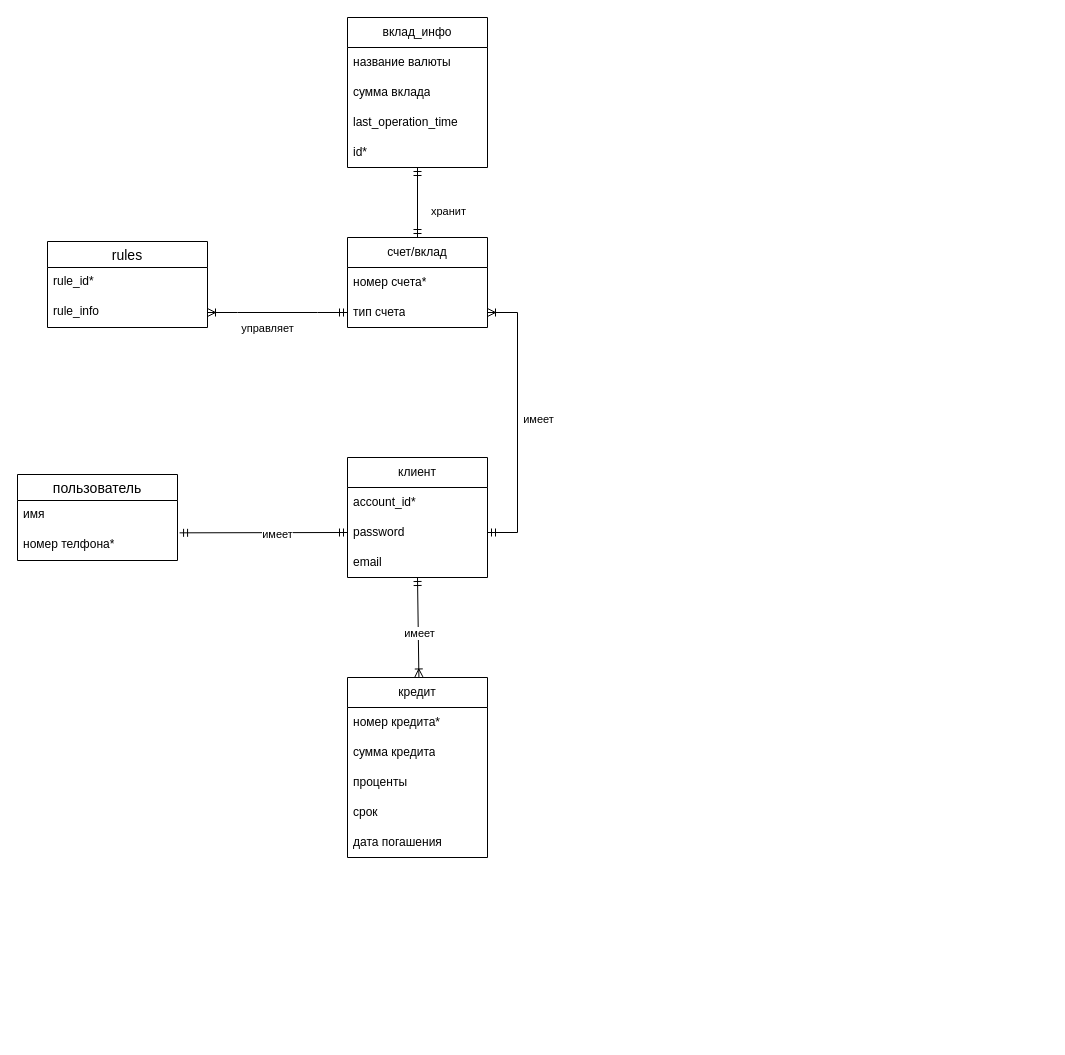
heruv/differnt keeps this draw.io diagram as Диаграмма без названия.drawio. Above is the earlier version. Source tidied: cells renumbered, new cells numbered last; positions are measured from the earlier drawing's top-left corner, leaving out a move shared by most shapes. Both pictures are drawn from the tidied source at 100%, with x=0, y=0 at pixel (17, 17).
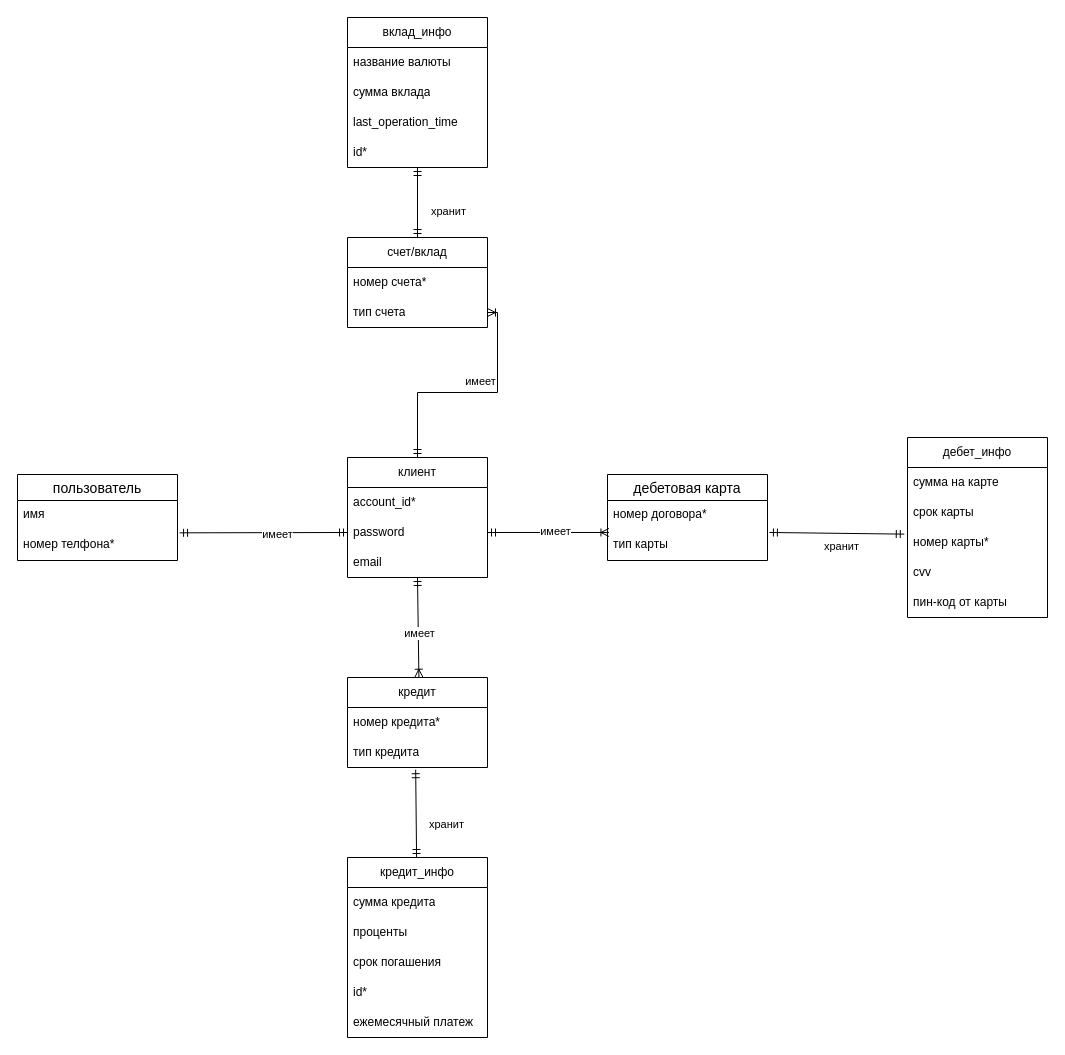
Above is the later version.

The change refers to these unchanged cells:
```xml
<mxCell id="2" value="клиент" style="swimlane;fontStyle=0;horizontal=1;startSize=30;whiteSpace=wrap;html=1;" parent="1" vertex="1">
  <mxGeometry x="330" y="440" width="140" height="120" as="geometry" />
</mxCell>
<mxCell id="4" value="password" style="text;strokeColor=none;fillColor=none;align=left;verticalAlign=middle;spacingLeft=4;spacingRight=4;overflow=hidden;points=[[0,0.5],[1,0.5]];portConstraint=eastwest;whiteSpace=wrap;html=1;" parent="2" vertex="1">
  <mxGeometry y="60" width="140" height="30" as="geometry" />
</mxCell>
<mxCell id="8" value="тип счета" style="text;strokeColor=none;fillColor=none;align=left;verticalAlign=middle;spacingLeft=4;spacingRight=4;overflow=hidden;points=[[0,0.5],[1,0.5]];portConstraint=eastwest;whiteSpace=wrap;html=1;" parent="6" vertex="1">
  <mxGeometry y="60" width="140" height="30" as="geometry" />
</mxCell>
```

Change to the diagram source:
```diff
@@
-    <mxCell id="9" style="edgeStyle=entityRelationEdgeStyle;fontSize=12;html=1;endArrow=ERoneToMany;startArrow=ERmandOne;rounded=0;exitX=1;exitY=0.5;exitDx=0;exitDy=0;entryX=1;entryY=0.5;entryDx=0;entryDy=0;" parent="1" edge="1" source="4" target="8">
+    <mxCell id="9" style="edgeStyle=orthogonalEdgeStyle;fontSize=12;html=1;endArrow=ERoneToMany;startArrow=ERmandOne;rounded=0;exitX=0.5;exitY=0;exitDx=0;exitDy=0;entryX=1;entryY=0.5;entryDx=0;entryDy=0;" parent="1" edge="1" source="2" target="8">
       <mxGeometry relative="1" as="geometry" />
     </mxCell>
@@
-    <mxCell id="11" value="rules" style="swimlane;fontStyle=0;horizontal=1;startSize=26;align=center;fontSize=14;" parent="1" vertex="1">
-      <mxGeometry x="30" y="224" width="160" height="86" as="geometry" />
-    </mxCell>
-    <mxCell id="12" value="rule_id*" style="text;strokeColor=none;fillColor=none;spacingLeft=4;spacingRight=4;overflow=hidden;fontSize=12;whiteSpace=wrap;html=1;" parent="11" vertex="1">
-      <mxGeometry y="26" width="160" height="30" as="geometry" />
-    </mxCell>
-    <mxCell id="13" value="rule_info" style="text;strokeColor=none;fillColor=none;spacingLeft=4;spacingRight=4;overflow=hidden;points=[[0,0.5],[1,0.5]];portConstraint=eastwest;fontSize=12;whiteSpace=wrap;html=1;" parent="11" vertex="1">
-      <mxGeometry y="56" width="160" height="30" as="geometry" />
-    </mxCell>
-    <mxCell id="14" style="edgeStyle=entityRelationEdgeStyle;fontSize=12;html=1;endArrow=ERoneToMany;startArrow=ERmandOne;rounded=0;" parent="1" edge="1" source="8" target="13">
-      <mxGeometry relative="1" as="geometry" />
-    </mxCell>
-    <mxCell id="15" value="&lt;div&gt;управляет&lt;/div&gt;" style="edgeLabel;html=1;align=center;verticalAlign=middle;" parent="14" vertex="1">
-      <mxGeometry x="0.35" y="4" relative="1" as="geometry">
-        <mxPoint x="14" y="11" as="offset" />
-      </mxGeometry>
-    </mxCell>
@@
     <mxCell id="28" value="кредит" style="swimlane;fontStyle=0;horizontal=1;startSize=30;whiteSpace=wrap;html=1;" parent="1" vertex="1">
-      <mxGeometry x="330" y="660" width="140" height="180" as="geometry" />
+      <mxGeometry x="330" y="660" width="140" height="90" as="geometry" />
     </mxCell>
@@
+    <mxCell id="36" value="тип кредита" style="text;strokeColor=none;fillColor=none;align=left;verticalAlign=middle;spacingLeft=4;spacingRight=4;overflow=hidden;points=[[0,0.5],[1,0.5]];portConstraint=eastwest;whiteSpace=wrap;html=1;" parent="28" vertex="1">
+      <mxGeometry y="60" width="140" height="30" as="geometry" />
+    </mxCell>
+    <mxCell id="34" style="fontSize=12;html=1;endArrow=ERoneToMany;startArrow=ERmandOne;rounded=0;entryX=0.51;entryY=-0.003;entryDx=0;entryDy=0;entryPerimeter=0;" parent="1" edge="1" target="28">
+      <mxGeometry relative="1" as="geometry">
+        <mxPoint x="400" y="560" as="sourcePoint" />
+      </mxGeometry>
+    </mxCell>
+    <mxCell id="35" value="имеет" style="edgeLabel;html=1;align=center;verticalAlign=middle;" parent="34" vertex="1">
+      <mxGeometry x="0.12" y="1" relative="1" as="geometry" />
+    </mxCell>
+    <mxCell id="37" value="кредит_инфо" style="swimlane;fontStyle=0;horizontal=1;startSize=30;whiteSpace=wrap;html=1;" parent="1" vertex="1">
+      <mxGeometry x="330" y="840" width="140" height="180" as="geometry" />
+    </mxCell>
-    <mxCell id="30" value="сумма кредита" style="text;strokeColor=none;fillColor=none;align=left;verticalAlign=middle;spacingLeft=4;spacingRight=4;overflow=hidden;whiteSpace=wrap;html=1;" parent="28" vertex="1">
-      <mxGeometry y="60" width="140" height="30" as="geometry" />
+    <mxCell id="30" value="сумма кредита" style="text;strokeColor=none;fillColor=none;align=left;verticalAlign=middle;spacingLeft=4;spacingRight=4;overflow=hidden;whiteSpace=wrap;html=1;" parent="37" vertex="1">
+      <mxGeometry y="30" width="140" height="30" as="geometry" />
     </mxCell>
-    <mxCell id="31" value="проценты" style="text;strokeColor=none;fillColor=none;align=left;verticalAlign=middle;spacingLeft=4;spacingRight=4;overflow=hidden;whiteSpace=wrap;html=1;" parent="28" vertex="1">
-      <mxGeometry y="90" width="140" height="30" as="geometry" />
+    <mxCell id="31" value="проценты" style="text;strokeColor=none;fillColor=none;align=left;verticalAlign=middle;spacingLeft=4;spacingRight=4;overflow=hidden;whiteSpace=wrap;html=1;" parent="37" vertex="1">
+      <mxGeometry y="60" width="140" height="30" as="geometry" />
     </mxCell>
-    <mxCell id="32" value="срок" style="text;strokeColor=none;fillColor=none;align=left;verticalAlign=middle;spacingLeft=4;spacingRight=4;overflow=hidden;whiteSpace=wrap;html=1;" parent="28" vertex="1">
-      <mxGeometry y="120" width="140" height="30" as="geometry" />
-    </mxCell>
-    <mxCell id="33" value="дата погашения " style="text;strokeColor=none;fillColor=none;align=left;verticalAlign=middle;spacingLeft=4;spacingRight=4;overflow=hidden;whiteSpace=wrap;html=1;" parent="28" vertex="1">
-      <mxGeometry y="150" width="140" height="30" as="geometry" />
-    </mxCell>
-    <mxCell id="34" style="fontSize=12;html=1;endArrow=ERoneToMany;startArrow=ERmandOne;rounded=0;entryX=0.51;entryY=-0.003;entryDx=0;entryDy=0;entryPerimeter=0;" parent="1" edge="1" target="28">
-      <mxGeometry relative="1" as="geometry">
-        <mxPoint x="400" y="560" as="sourcePoint" />
-      </mxGeometry>
-    </mxCell>
-    <mxCell id="35" value="имеет" style="edgeLabel;html=1;align=center;verticalAlign=middle;" parent="34" vertex="1">
-      <mxGeometry x="0.12" y="1" relative="1" as="geometry" />
-    </mxCell>
+    <mxCell id="38" value="срок погашения" style="text;strokeColor=none;fillColor=none;align=left;verticalAlign=middle;spacingLeft=4;spacingRight=4;overflow=hidden;whiteSpace=wrap;html=1;" parent="37" vertex="1">
+      <mxGeometry y="90" width="140" height="30" as="geometry" />
+    </mxCell>
+    <mxCell id="39" value="id*" style="text;strokeColor=none;fillColor=none;align=left;verticalAlign=middle;spacingLeft=4;spacingRight=4;overflow=hidden;whiteSpace=wrap;html=1;" parent="37" vertex="1">
+      <mxGeometry y="120" width="140" height="30" as="geometry" />
+    </mxCell>
+    <mxCell id="40" value="ежемесячный платеж" style="text;strokeColor=none;fillColor=none;align=left;verticalAlign=middle;spacingLeft=4;spacingRight=4;overflow=hidden;whiteSpace=wrap;html=1;" parent="37" vertex="1">
+      <mxGeometry y="150" width="140" height="30" as="geometry" />
+    </mxCell>
+    <mxCell id="41" style="fontSize=12;html=1;endArrow=ERmandOne;startArrow=ERmandOne;rounded=0;exitX=0.487;exitY=1.074;exitDx=0;exitDy=0;exitPerimeter=0;" parent="1" edge="1" source="36" target="37">
+      <mxGeometry relative="1" as="geometry" />
+    </mxCell>
+    <mxCell id="42" value="хранит" style="edgeLabel;html=1;align=center;verticalAlign=middle;" parent="41" vertex="1">
+      <mxGeometry x="0.24" y="1" relative="1" as="geometry">
+        <mxPoint x="29" as="offset" />
+      </mxGeometry>
+    </mxCell>
+    <mxCell id="43" value="дебетовая карта" style="swimlane;fontStyle=0;horizontal=1;startSize=26;align=center;fontSize=14;" parent="1" vertex="1">
+      <mxGeometry x="590" y="457" width="160" height="86" as="geometry" />
+    </mxCell>
+    <mxCell id="44" value="номер договора*" style="text;strokeColor=none;fillColor=none;spacingLeft=4;spacingRight=4;overflow=hidden;points=[[0,0.5],[1,0.5]];portConstraint=eastwest;fontSize=12;whiteSpace=wrap;html=1;" parent="43" vertex="1">
+      <mxGeometry y="26" width="160" height="30" as="geometry" />
+    </mxCell>
+    <mxCell id="45" value="тип карты" style="text;strokeColor=none;fillColor=none;spacingLeft=4;spacingRight=4;overflow=hidden;fontSize=12;whiteSpace=wrap;html=1;" parent="43" vertex="1">
+      <mxGeometry y="56" width="160" height="30" as="geometry" />
+    </mxCell>
+    <mxCell id="46" style="fontSize=12;html=1;endArrow=ERoneToMany;startArrow=ERmandOne;rounded=0;entryX=0.009;entryY=1.066;entryDx=0;entryDy=0;entryPerimeter=0;exitX=1;exitY=0.5;exitDx=0;exitDy=0;" parent="1" edge="1" source="4" target="44">
+      <mxGeometry relative="1" as="geometry" />
+    </mxCell>
+    <mxCell id="47" value="имеет" style="edgeLabel;html=1;align=center;verticalAlign=middle;" parent="46" vertex="1">
+      <mxGeometry x="0.12" y="1" relative="1" as="geometry" />
+    </mxCell>
+    <mxCell id="48" value="дебет_инфо" style="swimlane;fontStyle=0;horizontal=1;startSize=30;whiteSpace=wrap;html=1;" parent="1" vertex="1">
+      <mxGeometry x="890" y="420" width="140" height="180" as="geometry" />
+    </mxCell>
+    <mxCell id="49" value="сумма на карте" style="text;strokeColor=none;fillColor=none;align=left;verticalAlign=middle;spacingLeft=4;spacingRight=4;overflow=hidden;whiteSpace=wrap;html=1;" parent="48" vertex="1">
+      <mxGeometry y="30" width="140" height="30" as="geometry" />
+    </mxCell>
+    <mxCell id="50" value="срок карты" style="text;strokeColor=none;fillColor=none;align=left;verticalAlign=middle;spacingLeft=4;spacingRight=4;overflow=hidden;whiteSpace=wrap;html=1;" parent="48" vertex="1">
+      <mxGeometry y="60" width="140" height="30" as="geometry" />
+    </mxCell>
+    <mxCell id="51" value="номер карты*" style="text;strokeColor=none;fillColor=none;align=left;verticalAlign=middle;spacingLeft=4;spacingRight=4;overflow=hidden;points=[[0,0.5],[1,0.5]];portConstraint=eastwest;whiteSpace=wrap;html=1;" parent="48" vertex="1">
+      <mxGeometry y="90" width="140" height="30" as="geometry" />
+    </mxCell>
+    <mxCell id="52" value="cvv" style="text;strokeColor=none;fillColor=none;align=left;verticalAlign=middle;spacingLeft=4;spacingRight=4;overflow=hidden;whiteSpace=wrap;html=1;" parent="48" vertex="1">
+      <mxGeometry y="120" width="140" height="30" as="geometry" />
+    </mxCell>
+    <mxCell id="53" value="пин-код от карты" style="text;strokeColor=none;fillColor=none;align=left;verticalAlign=middle;spacingLeft=4;spacingRight=4;overflow=hidden;whiteSpace=wrap;html=1;" parent="48" vertex="1">
+      <mxGeometry y="150" width="140" height="30" as="geometry" />
+    </mxCell>
+    <mxCell id="54" style="fontSize=12;html=1;endArrow=ERmandOne;startArrow=ERmandOne;rounded=0;exitX=1.012;exitY=1.066;exitDx=0;exitDy=0;exitPerimeter=0;entryX=-0.023;entryY=0.221;entryDx=0;entryDy=0;entryPerimeter=0;" parent="1" edge="1" source="44" target="51">
+      <mxGeometry relative="1" as="geometry" />
+    </mxCell>
+    <mxCell id="55" value="хранит" style="edgeLabel;html=1;align=center;verticalAlign=middle;" parent="54" vertex="1">
+      <mxGeometry x="0.24" y="1" relative="1" as="geometry">
+        <mxPoint x="-12" y="13" as="offset" />
+      </mxGeometry>
+    </mxCell>
```
